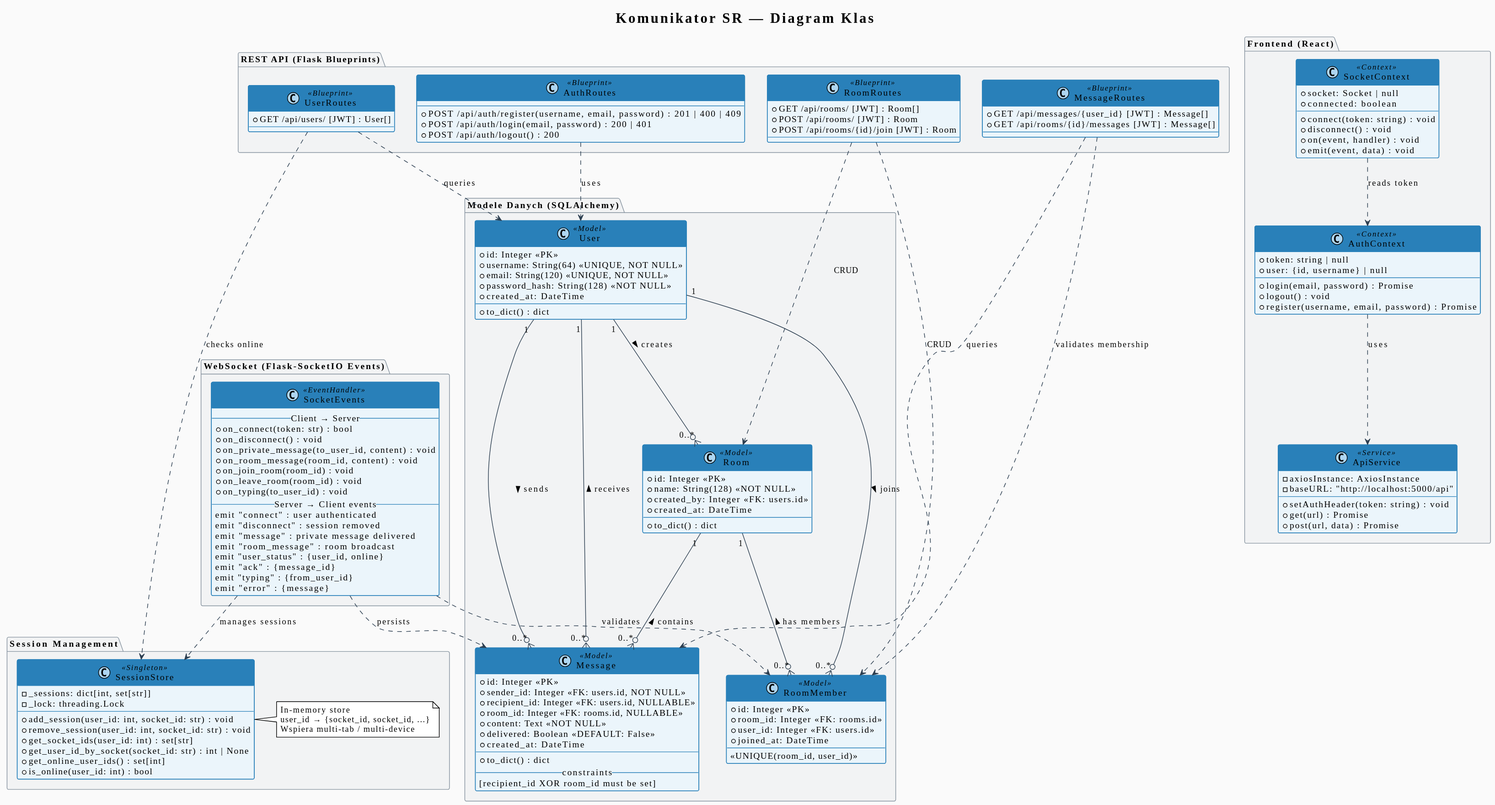
The PlantUML diagram docs/diagrams/Komunikator_SR - Class Diagram.svg in jakubzasadni/Komunikator_SR, before a commit. The source it was exported from:
```plantuml
@startuml
!theme plain
skinparam backgroundColor #FAFAFA
skinparam classBackgroundColor #EBF5FB
skinparam classBorderColor #2980B9
skinparam classHeaderBackgroundColor #2980B9
skinparam classHeaderFontColor #FFFFFF
skinparam packageBackgroundColor #F2F3F4
skinparam packageBorderColor #85929E
skinparam arrowColor #2C3E50
skinparam stereotypeCBackgroundColor #AED6F1
skinparam stereotypeABackgroundColor #A9DFBF

title Komunikator SR — Diagram Klas


package "Modele Danych (SQLAlchemy)" {

    class User <<Model>> {
        + id: Integer <<PK>>
        + username: String(64) <<UNIQUE, NOT NULL>>
        + email: String(120) <<UNIQUE, NOT NULL>>
        + password_hash: String(128) <<NOT NULL>>
        + created_at: DateTime
        --
        + to_dict() : dict
    }

    class Room <<Model>> {
        + id: Integer <<PK>>
        + name: String(128) <<NOT NULL>>
        + created_by: Integer <<FK: users.id>>
        + created_at: DateTime
        --
        + to_dict() : dict
    }

    class RoomMember <<Model>> {
        + id: Integer <<PK>>
        + room_id: Integer <<FK: rooms.id>>
        + user_id: Integer <<FK: users.id>>
        + joined_at: DateTime
        --
        <<UNIQUE(room_id, user_id)>>
    }

    class Message <<Model>> {
        + id: Integer <<PK>>
        + sender_id: Integer <<FK: users.id, NOT NULL>>
        + recipient_id: Integer <<FK: users.id, NULLABLE>>
        + room_id: Integer <<FK: rooms.id, NULLABLE>>
        + content: Text <<NOT NULL>>
        + delivered: Boolean <<DEFAULT: False>>
        + created_at: DateTime
        --
        + to_dict() : dict
        -- constraints --
        [recipient_id XOR room_id must be set]
    }

    User "1" --o{ "0..*" Message : "sends >"
    User "1" --o{ "0..*" Message : "< receives"
    User "1" --o{ "0..*" RoomMember : "joins >"
    Room "1" --o{ "0..*" RoomMember : "< has members"
    Room "1" --o{ "0..*" Message : "< contains"
    User "1" --o{ "0..*" Room : "creates >"
}


package "Session Management" {

    class SessionStore <<Singleton>> {
        - _sessions: dict[int, set[str]]
        - _lock: threading.Lock
        --
        + add_session(user_id: int, socket_id: str) : void
        + remove_session(user_id: int, socket_id: str) : void
        + get_socket_ids(user_id: int) : set[str]
        + get_user_id_by_socket(socket_id: str) : int | None
        + get_online_user_ids() : set[int]
        + is_online(user_id: int) : bool
    }

    note right of SessionStore
        In-memory store
        user_id → {socket_id, socket_id, ...}
        Wspiera multi-tab / multi-device
    end note
}


package "REST API (Flask Blueprints)" {

    class AuthRoutes <<Blueprint>> {
        + POST /api/auth/register(username, email, password) : 201 | 400 | 409
        + POST /api/auth/login(email, password) : 200 | 401
        + POST /api/auth/logout() : 200
    }

    class UserRoutes <<Blueprint>> {
        + GET /api/users/ [JWT] : User[]
    }

    class RoomRoutes <<Blueprint>> {
        + GET /api/rooms/ [JWT] : Room[]
        + POST /api/rooms/ [JWT] : Room
        + POST /api/rooms/{id}/join [JWT] : Room
    }

    class MessageRoutes <<Blueprint>> {
        + GET /api/messages/{user_id} [JWT] : Message[]
        + GET /api/rooms/{id}/messages [JWT] : Message[]
    }

    AuthRoutes ..> User : uses
    UserRoutes ..> User : queries
    UserRoutes ..> SessionStore : checks online
    RoomRoutes ..> Room : CRUD
    RoomRoutes ..> RoomMember : CRUD
    MessageRoutes ..> Message : queries
    MessageRoutes ..> RoomMember : validates membership
}


package "WebSocket (Flask-SocketIO Events)" {

    class SocketEvents <<EventHandler>> {
        -- Client → Server --
        + on_connect(token: str) : bool
        + on_disconnect() : void
        + on_private_message(to_user_id, content) : void
        + on_room_message(room_id, content) : void
        + on_join_room(room_id) : void
        + on_leave_room(room_id) : void
        + on_typing(to_user_id) : void
        -- Server → Client events --
        emit "connect" : user authenticated
        emit "disconnect" : session removed
        emit "message" : private message delivered
        emit "room_message" : room broadcast
        emit "user_status" : {user_id, online}
        emit "ack" : {message_id}
        emit "typing" : {from_user_id}
        emit "error" : {message}
    }

    SocketEvents ..> SessionStore : manages sessions
    SocketEvents ..> Message : persists
    SocketEvents ..> RoomMember : validates
}


package "Frontend (React)" {

    class AuthContext <<Context>> {
        + token: string | null
        + user: {id, username} | null
        --
        + login(email, password) : Promise
        + logout() : void
        + register(username, email, password) : Promise
    }

    class SocketContext <<Context>> {
        + socket: Socket | null
        + connected: boolean
        --
        + connect(token: string) : void
        + disconnect() : void
        + on(event, handler) : void
        + emit(event, data) : void
    }

    class ApiService <<Service>> {
        - axiosInstance: AxiosInstance
        - baseURL: "http://localhost:5000/api"
        --
        + setAuthHeader(token: string) : void
        + get(url) : Promise
        + post(url, data) : Promise
    }

    AuthContext ..> ApiService : uses
    SocketContext ..> AuthContext : reads token
}
@enduml
```
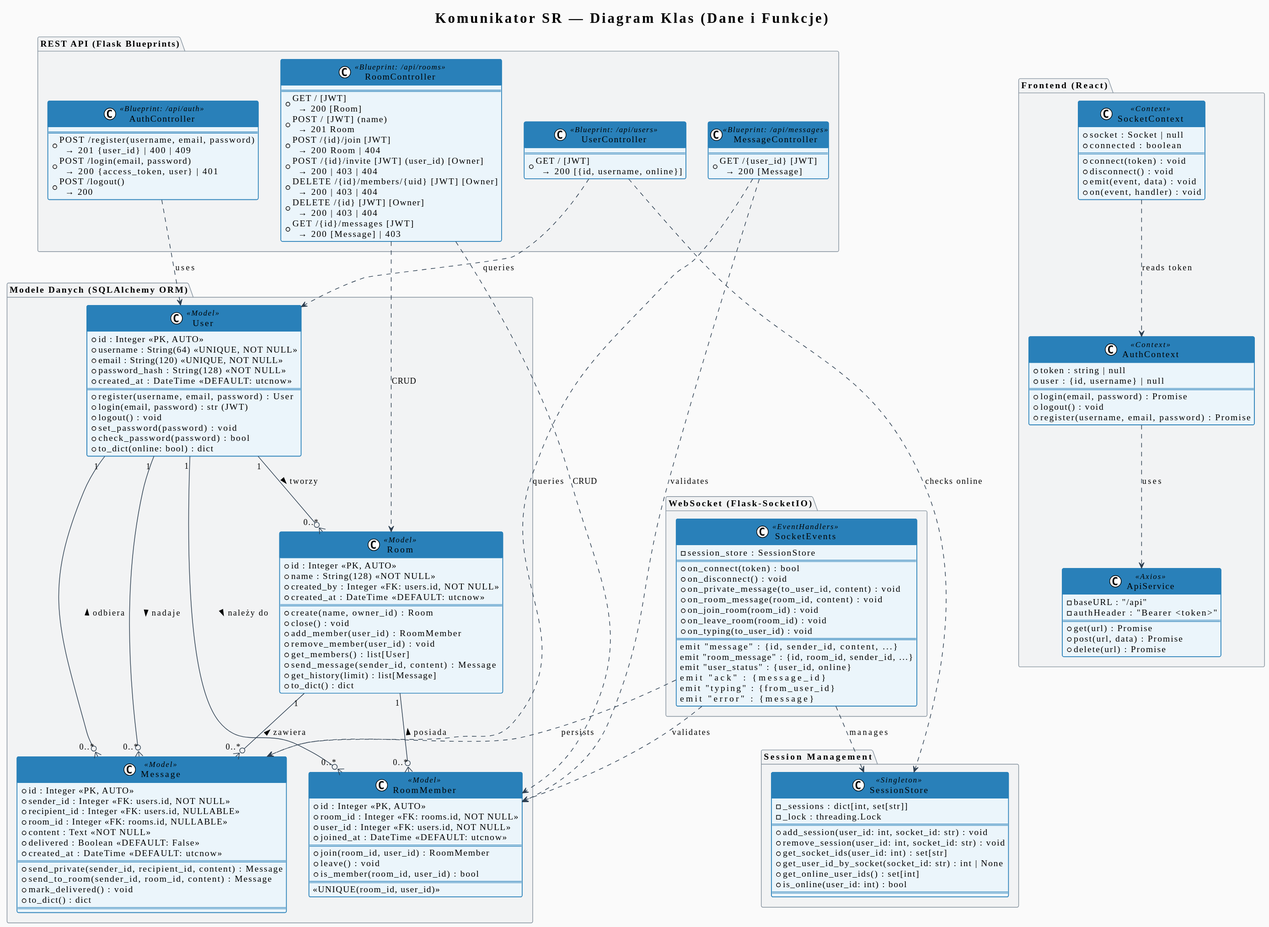
Above is the later version.

Commit message:
feat: Update class diagram and use case diagram for improved clarity and functionality

Change to the diagram source:
```diff
@@ -8,179 +8,196 @@
 skinparam packageBackgroundColor #F2F3F4
 skinparam packageBorderColor #85929E
 skinparam arrowColor #2C3E50
-skinparam stereotypeCBackgroundColor #AED6F1
-skinparam stereotypeABackgroundColor #A9DFBF
 
-title Komunikator SR — Diagram Klas
+title Komunikator SR — Diagram Klas (Dane i Funkcje)
 
 
-package "Modele Danych (SQLAlchemy)" {
+package "Modele Danych (SQLAlchemy ORM)" {
 
     class User <<Model>> {
-        + id: Integer <<PK>>
-        + username: String(64) <<UNIQUE, NOT NULL>>
-        + email: String(120) <<UNIQUE, NOT NULL>>
-        + password_hash: String(128) <<NOT NULL>>
-        + created_at: DateTime
-        --
-        + to_dict() : dict
+        + id : Integer <<PK, AUTO>>
+        + username : String(64) <<UNIQUE, NOT NULL>>
+        + email : String(120) <<UNIQUE, NOT NULL>>
+        + password_hash : String(128) <<NOT NULL>>
+        + created_at : DateTime <<DEFAULT: utcnow>>
+        ==
+        + register(username, email, password) : User
+        + login(email, password) : str (JWT)
+        + logout() : void
+        + set_password(password) : void
+        + check_password(password) : bool
+        + to_dict(online: bool) : dict
     }
 
     class Room <<Model>> {
-        + id: Integer <<PK>>
-        + name: String(128) <<NOT NULL>>
-        + created_by: Integer <<FK: users.id>>
-        + created_at: DateTime
-        --
+        + id : Integer <<PK, AUTO>>
+        + name : String(128) <<NOT NULL>>
+        + created_by : Integer <<FK: users.id, NOT NULL>>
+        + created_at : DateTime <<DEFAULT: utcnow>>
+        ==
+        + create(name, owner_id) : Room
+        + close() : void
+        + add_member(user_id) : RoomMember
+        + remove_member(user_id) : void
+        + get_members() : list[User]
+        + send_message(sender_id, content) : Message
+        + get_history(limit) : list[Message]
         + to_dict() : dict
     }
 
     class RoomMember <<Model>> {
-        + id: Integer <<PK>>
-        + room_id: Integer <<FK: rooms.id>>
-        + user_id: Integer <<FK: users.id>>
-        + joined_at: DateTime
-        --
+        + id : Integer <<PK, AUTO>>
+        + room_id : Integer <<FK: rooms.id, NOT NULL>>
+        + user_id : Integer <<FK: users.id, NOT NULL>>
+        + joined_at : DateTime <<DEFAULT: utcnow>>
+        ==
+        + join(room_id, user_id) : RoomMember
+        + leave() : void
+        + is_member(room_id, user_id) : bool
+        ==
         <<UNIQUE(room_id, user_id)>>
     }
 
     class Message <<Model>> {
-        + id: Integer <<PK>>
-        + sender_id: Integer <<FK: users.id, NOT NULL>>
-        + recipient_id: Integer <<FK: users.id, NULLABLE>>
-        + room_id: Integer <<FK: rooms.id, NULLABLE>>
-        + content: Text <<NOT NULL>>
-        + delivered: Boolean <<DEFAULT: False>>
-        + created_at: DateTime
-        --
+        + id : Integer <<PK, AUTO>>
+        + sender_id : Integer <<FK: users.id, NOT NULL>>
+        + recipient_id : Integer <<FK: users.id, NULLABLE>>
+        + room_id : Integer <<FK: rooms.id, NULLABLE>>
+        + content : Text <<NOT NULL>>
+        + delivered : Boolean <<DEFAULT: False>>
+        + created_at : DateTime <<DEFAULT: utcnow>>
+        ==
+        + send_private(sender_id, recipient_id, content) : Message
+        + send_to_room(sender_id, room_id, content) : Message
+        + mark_delivered() : void
         + to_dict() : dict
-        -- constraints --
-        [recipient_id XOR room_id must be set]
+        ==
     }
 
-    User "1" --o{ "0..*" Message : "sends >"
-    User "1" --o{ "0..*" Message : "< receives"
-    User "1" --o{ "0..*" RoomMember : "joins >"
-    Room "1" --o{ "0..*" RoomMember : "< has members"
-    Room "1" --o{ "0..*" Message : "< contains"
-    User "1" --o{ "0..*" Room : "creates >"
+    User "1" --o{ "0..*" Message : "nadaje >"
+    User "1" --o{ "0..*" Message : "< odbiera"
+    User "1" --o{ "0..*" RoomMember : "należy do >"
+    User "1" --o{ "0..*" Room : "tworzy >"
+    Room "1" --o{ "0..*" RoomMember : "< posiada"
+    Room "1" --o{ "0..*" Message : "< zawiera"
 }
 
 
 package "Session Management" {
 
     class SessionStore <<Singleton>> {
-        - _sessions: dict[int, set[str]]
-        - _lock: threading.Lock
-        --
+        - _sessions : dict[int, set[str]]
+        - _lock : threading.Lock
+        ==
         + add_session(user_id: int, socket_id: str) : void
         + remove_session(user_id: int, socket_id: str) : void
         + get_socket_ids(user_id: int) : set[str]
         + get_user_id_by_socket(socket_id: str) : int | None
         + get_online_user_ids() : set[int]
         + is_online(user_id: int) : bool
+        ==
     }
-
-    note right of SessionStore
-        In-memory store
-        user_id → {socket_id, socket_id, ...}
-        Wspiera multi-tab / multi-device
-    end note
 }
 
 
 package "REST API (Flask Blueprints)" {
 
-    class AuthRoutes <<Blueprint>> {
-        + POST /api/auth/register(username, email, password) : 201 | 400 | 409
-        + POST /api/auth/login(email, password) : 200 | 401
-        + POST /api/auth/logout() : 200
+    class AuthController <<Blueprint: /api/auth>> {
+        ==
+        + POST /register(username, email, password)\n  → 201 {user_id} | 400 | 409
+        + POST /login(email, password)\n  → 200 {access_token, user} | 401
+        + POST /logout()\n  → 200
     }
 
-    class UserRoutes <<Blueprint>> {
-        + GET /api/users/ [JWT] : User[]
+    class UserController <<Blueprint: /api/users>> {
+        ==
+        + GET /  [JWT]\n  → 200 [{id, username, online}]
     }
 
-    class RoomRoutes <<Blueprint>> {
-        + GET /api/rooms/ [JWT] : Room[]
-        + POST /api/rooms/ [JWT] : Room
-        + POST /api/rooms/{id}/join [JWT] : Room
+    class RoomController <<Blueprint: /api/rooms>> {
+        ==
+        + GET /  [JWT]\n  → 200 [Room]
+        + POST /  [JWT] (name)\n  → 201 Room
+        + POST /{id}/join  [JWT]\n  → 200 Room | 404
+        + POST /{id}/invite  [JWT] (user_id)  [Owner]\n  → 200 | 403 | 404
+        + DELETE /{id}/members/{uid}  [JWT]  [Owner]\n  → 200 | 403 | 404
+        + DELETE /{id}  [JWT]  [Owner]\n  → 200 | 403 | 404
+        + GET /{id}/messages  [JWT]\n  → 200 [Message] | 403
     }
 
-    class MessageRoutes <<Blueprint>> {
-        + GET /api/messages/{user_id} [JWT] : Message[]
-        + GET /api/rooms/{id}/messages [JWT] : Message[]
+    class MessageController <<Blueprint: /api/messages>> {
+        ==
+        + GET /{user_id}  [JWT]\n  → 200 [Message]
     }
 
-    AuthRoutes ..> User : uses
-    UserRoutes ..> User : queries
-    UserRoutes ..> SessionStore : checks online
-    RoomRoutes ..> Room : CRUD
-    RoomRoutes ..> RoomMember : CRUD
-    MessageRoutes ..> Message : queries
-    MessageRoutes ..> RoomMember : validates membership
+    AuthController    ..> User        : uses
+    UserController    ..> User        : queries
+    UserController    ..> SessionStore : checks online
+    RoomController    ..> Room        : CRUD
+    RoomController    ..> RoomMember  : CRUD
+    MessageController ..> Message     : queries
+    MessageController ..> RoomMember  : validates
 }
 
 
-package "WebSocket (Flask-SocketIO Events)" {
+package "WebSocket (Flask-SocketIO)" {
 
-    class SocketEvents <<EventHandler>> {
-        -- Client → Server --
-        + on_connect(token: str) : bool
+    class SocketEvents <<EventHandlers>> {
+        - session_store : SessionStore
+        ==
+        + on_connect(token) : bool
         + on_disconnect() : void
         + on_private_message(to_user_id, content) : void
         + on_room_message(room_id, content) : void
         + on_join_room(room_id) : void
         + on_leave_room(room_id) : void
         + on_typing(to_user_id) : void
-        -- Server → Client events --
-        emit "connect" : user authenticated
-        emit "disconnect" : session removed
-        emit "message" : private message delivered
-        emit "room_message" : room broadcast
-        emit "user_status" : {user_id, online}
-        emit "ack" : {message_id}
-        emit "typing" : {from_user_id}
-        emit "error" : {message}
+        ==
+        emit "message"      : {id, sender_id, content, ...}
+        emit "room_message" : {id, room_id, sender_id, ...}
+        emit "user_status"  : {user_id, online}
+        emit "ack"          : {message_id}
+        emit "typing"       : {from_user_id}
+        emit "error"        : {message}
     }
 
-    SocketEvents ..> SessionStore : manages sessions
-    SocketEvents ..> Message : persists
-    SocketEvents ..> RoomMember : validates
+    SocketEvents ..> SessionStore : manages
+    SocketEvents ..> Message      : persists
+    SocketEvents ..> RoomMember   : validates
 }
 
 
 package "Frontend (React)" {
 
     class AuthContext <<Context>> {
-        + token: string | null
-        + user: {id, username} | null
-        --
+        + token : string | null
+        + user : {id, username} | null
+        ==
         + login(email, password) : Promise
         + logout() : void
         + register(username, email, password) : Promise
     }
 
     class SocketContext <<Context>> {
-        + socket: Socket | null
-        + connected: boolean
-        --
-        + connect(token: string) : void
+        + socket : Socket | null
+        + connected : boolean
+        ==
+        + connect(token) : void
         + disconnect() : void
+        + emit(event, data) : void
         + on(event, handler) : void
-        + emit(event, data) : void
     }
 
-    class ApiService <<Service>> {
-        - axiosInstance: AxiosInstance
-        - baseURL: "http://localhost:5000/api"
-        --
-        + setAuthHeader(token: string) : void
+    class ApiService <<Axios>> {
+        - baseURL : "/api"
+        - authHeader : "Bearer <token>"
+        ==
         + get(url) : Promise
         + post(url, data) : Promise
+        + delete(url) : Promise
     }
 
-    AuthContext ..> ApiService : uses
-    SocketContext ..> AuthContext : reads token
+    AuthContext  ..> ApiService    : uses
+    SocketContext ..> AuthContext  : reads token
 }
 @enduml
```
